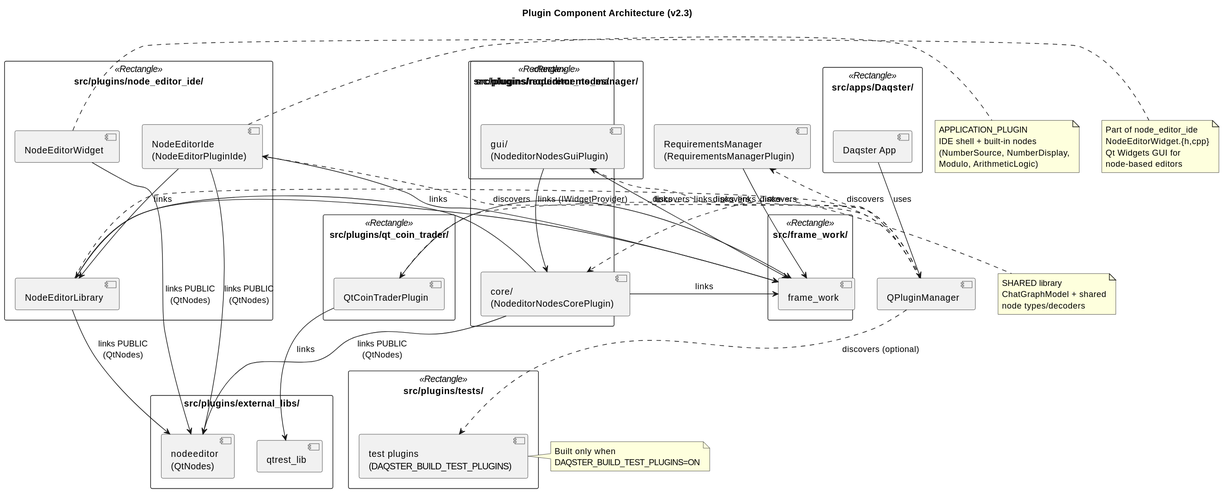
Above: docs/diagrams/plugin_components.svg in samiavasil/Daqster (PlantUML), before the change.
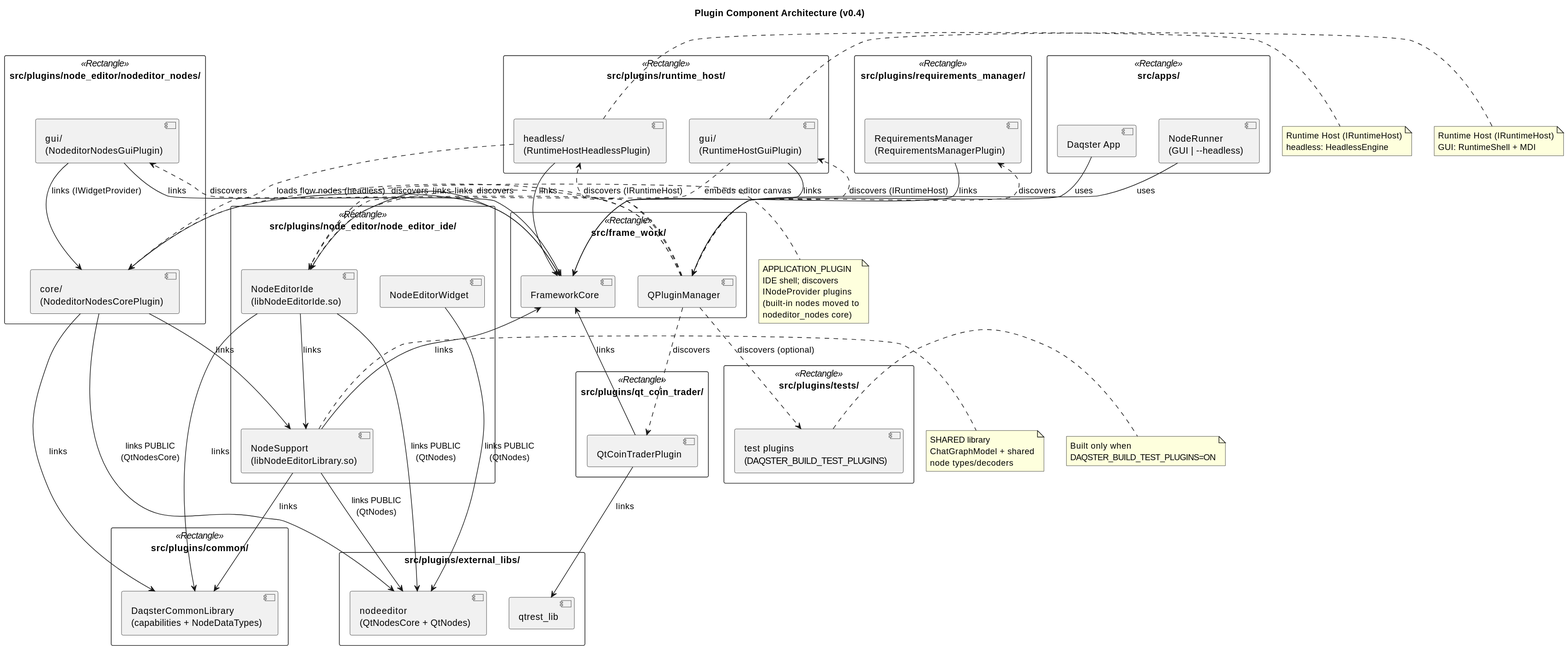
The same diagram one commit later.

Commit message:
docs (REQ-SW-PL-060, REQ-SW-PL-061): complete NodeEditor doc area + plugin/build reconciles

Change to the diagram source:
```diff
@@ -3,29 +3,38 @@
 skinparam shadowing false
 skinparam componentStyle uml2
 
-title Plugin Component Architecture (v2.3)
+title Plugin Component Architecture (v0.4)
 
 package "src/plugins/external_libs/" {
-  [nodeeditor\n(QtNodes)] as NODEEDITOR
+  [nodeeditor\n(QtNodesCore + QtNodes)] as NODEEDITOR
   [qtrest_lib] as QTREST
 }
 
-package "src/plugins/node_editor_ide/" <<Rectangle>> {
-  [NodeEditorIde\n(NodeEditorPluginIde)] as IDE
-  [NodeEditorWidget] as NEW
-  [NodeEditorLibrary] as NEL
+package "src/plugins/common/" <<Rectangle>> {
+  [DaqsterCommonLibrary\n(capabilities + NodeDataTypes)] as COMMON
 }
 
-package "src/plugins/nodeditor_nodes/" <<Rectangle>> {
-  [core/\n(NodeditorNodesCorePlugin)] as DEMO
-  [gui/\n(NodeditorNodesGuiPlugin)] as DEMOGUI
+package "src/plugins/node_editor/node_editor_ide/" <<Rectangle>> {
+  [NodeEditorIde\n(libNodeEditorIde.so)] as IDE
+  [NodeEditorWidget] as NEW
+  [NodeSupport\n(libNodeEditorLibrary.so)] as NEL
+}
+
+package "src/plugins/node_editor/nodeditor_nodes/" <<Rectangle>> {
+  [core/\n(NodeditorNodesCorePlugin)] as NODES
+  [gui/\n(NodeditorNodesGuiPlugin)] as NODESGUI
+}
+
+package "src/plugins/runtime_host/" <<Rectangle>> {
+  [headless/\n(RuntimeHostHeadlessPlugin)] as RTHL
+  [gui/\n(RuntimeHostGuiPlugin)] as RTGUI
 }
 
 package "src/plugins/requirements_manager/" <<Rectangle>> {
   [RequirementsManager\n(RequirementsManagerPlugin)] as RM
 }
 
-package "src/plugins/QtCoinTrader/" <<Rectangle>> {
+package "src/plugins/qt_coin_trader/" <<Rectangle>> {
   [QtCoinTraderPlugin] as QCT
 }
 
@@ -34,54 +43,50 @@
 }
 
 package "src/frame_work/" <<Rectangle>> {
-  [frame_work] as FW
+  [FrameworkCore] as FW
   [QPluginManager] as QPM
 }
 
-package "src/apps/Daqster/" <<Rectangle>> {
+package "src/apps/" <<Rectangle>> {
   [Daqster App] as HOST
+  [NodeRunner\n(GUI | --headless)] as RUNNER
 }
 
 NEW --> NODEEDITOR : links PUBLIC\n(QtNodes)
 IDE --> NEL : links
 IDE --> NODEEDITOR : links PUBLIC\n(QtNodes)
+IDE --> COMMON : links
 IDE --> FW : links
 NEL --> NODEEDITOR : links PUBLIC\n(QtNodes)
+NEL --> COMMON : links
 NEL --> FW : links
 
-DEMO --> NEL : links
-DEMO --> NODEEDITOR : links PUBLIC\n(QtNodes)
-DEMO --> FW : links
+NODES --> NEL : links
+NODES --> COMMON : links
+NODES --> NODEEDITOR : links PUBLIC\n(QtNodesCore)
+NODES --> FW : links
+NODESGUI --> NODES : links (IWidgetProvider)
+NODESGUI --> FW : links
 
-DEMOGUI --> DEMO : links (IWidgetProvider)
-DEMOGUI --> FW : links
+RTHL --> FW : links
+RTGUI --> FW : links
+RTHL ..> NODES : loads flow nodes (headless)
+RTGUI ..> IDE : embeds editor canvas
 
 RM --> FW : links
-
 QCT --> QTREST : links
 QCT --> FW : links
 
 HOST --> QPM : uses
+RUNNER --> QPM : uses
 QPM ..> IDE : discovers
-QPM ..> DEMO : discovers
-QPM ..> DEMOGUI : discovers
+QPM ..> NODES : discovers
+QPM ..> NODESGUI : discovers
+QPM ..> RTHL : discovers (IRuntimeHost)
+QPM ..> RTGUI : discovers (IRuntimeHost)
 QPM ..> RM : discovers
 QPM ..> QCT : discovers
 QPM ..> TEST : discovers (optional)
-
-note right of NEW
-  Part of node_editor_ide
-  NodeEditorWidget.{h,cpp}
-  Qt Widgets GUI for
-  node-based editors
-end note
-
-note right of IDE
-  APPLICATION_PLUGIN
-  IDE shell + built-in nodes
-  (NumberSource, NumberDisplay,
-  Modulo, ArithmeticLogic)
-end note
 
 note right of NEL
   SHARED library
@@ -89,6 +94,24 @@
   node types/decoders
 end note
 
+note right of IDE
+  APPLICATION_PLUGIN
+  IDE shell; discovers
+  INodeProvider plugins
+  (built-in nodes moved to
+  nodeditor_nodes core)
+end note
+
+note right of RTHL
+  Runtime Host (IRuntimeHost)
+  headless: HeadlessEngine
+end note
+
+note right of RTGUI
+  Runtime Host (IRuntimeHost)
+  GUI: RuntimeShell + MDI
+end note
+
 note right of TEST
   Built only when
   DAQSTER_BUILD_TEST_PLUGINS=ON
```
